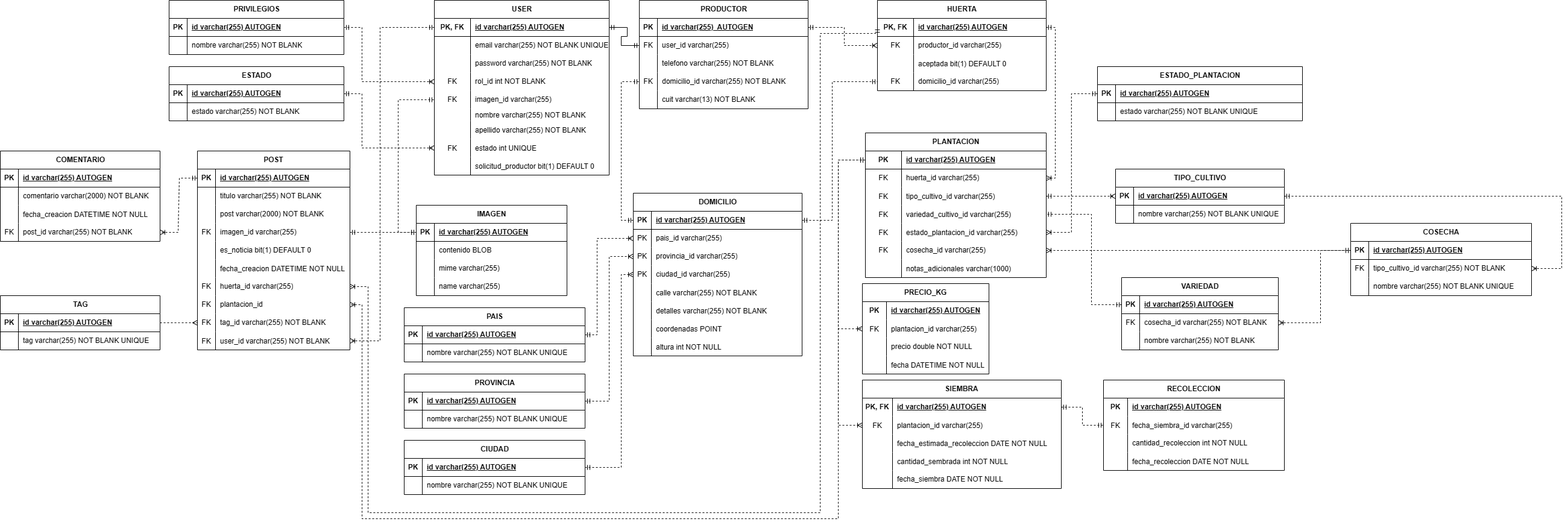
Before: diagramas/diagrama_entidad_relacion.drawio.png, a diagram exported from draw.io (davichuder/huertas_agroecologicas). Source tidied: cells renumbered, new cells last; positions are measured from the earlier drawing's top-left corner, leaving out a move shared by most shapes.
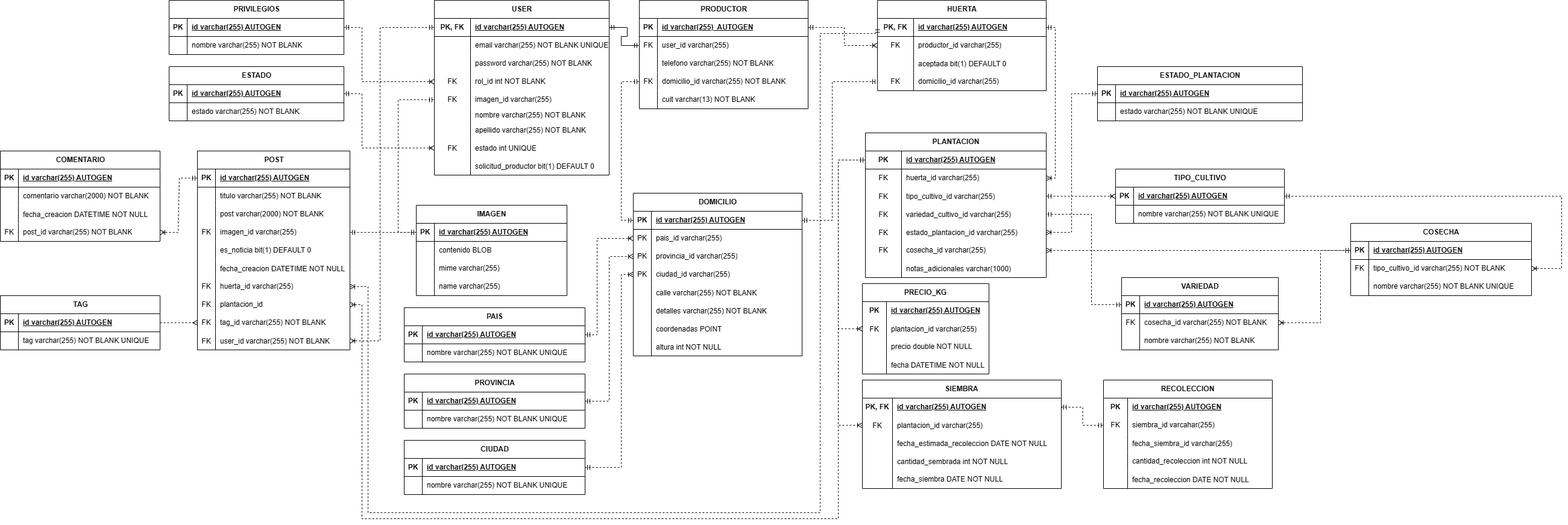
The same file after the commit.

What changed in the source:
```diff
@@ -892,45 +892,54 @@
       </mxGeometry>
     </mxCell>
     <mxCell id="274" value="RECOLECCION" style="shape=table;startSize=30;rowLines=0;fontStyle=1;align=center;html=1;whiteSpace=wrap;" parent="1" vertex="1">
-      <mxGeometry x="1830" y="630" width="300" height="150" as="geometry" />
+      <mxGeometry x="1830" y="630" width="280" height="180" as="geometry" />
     </mxCell>
     <mxCell id="275" style="shape=tableRow;horizontal=0;startSize=0;swimlaneHead=0;swimlaneBody=0;fillColor=none;top=0;left=0;right=0;bottom=0;html=1;" parent="274" vertex="1">
-      <mxGeometry y="30" width="300" height="30" as="geometry" />
+      <mxGeometry y="30" width="280" height="30" as="geometry" />
     </mxCell>
     <mxCell id="276" value="PK" style="shape=partialRectangle;fillColor=none;top=0;left=0;bottom=0;right=0;fontStyle=1;overflow=hidden;html=1;whiteSpace=wrap;" parent="275" vertex="1">
       <mxGeometry width="40" height="30" as="geometry" />
     </mxCell>
     <mxCell id="277" value="id varchar(255) AUTOGEN" style="shape=partialRectangle;fillColor=none;top=0;left=0;bottom=0;right=0;align=left;spacingLeft=6;fontStyle=5;overflow=hidden;html=1;whiteSpace=wrap;" parent="275" vertex="1">
-      <mxGeometry x="40" width="260" height="30" as="geometry" />
+      <mxGeometry x="40" width="240" height="30" as="geometry" />
     </mxCell>
+    <mxCell id="307" style="shape=tableRow;horizontal=0;startSize=0;swimlaneHead=0;swimlaneBody=0;fillColor=none;points=[[0,0.5],[1,0.5]];portConstraint=eastwest;top=0;left=0;right=0;bottom=0;" parent="274" vertex="1">
+      <mxGeometry y="60" width="280" height="30" as="geometry" />
+    </mxCell>
+    <mxCell id="308" value="FK" style="shape=partialRectangle;fillColor=none;top=0;left=0;bottom=0;right=0;fontStyle=0;overflow=hidden;whiteSpace=wrap;html=1;" parent="307" vertex="1">
+      <mxGeometry width="40" height="30" as="geometry" />
+    </mxCell>
+    <mxCell id="309" value="siembra_id varcahar(255)" style="shape=partialRectangle;fillColor=none;top=0;left=0;bottom=0;right=0;align=left;spacingLeft=6;fontStyle=0;overflow=hidden;whiteSpace=wrap;html=1;" parent="307" vertex="1">
+      <mxGeometry x="40" width="240" height="30" as="geometry" />
+    </mxCell>
     <mxCell id="278" style="shape=tableRow;horizontal=0;startSize=0;swimlaneHead=0;swimlaneBody=0;fillColor=none;points=[[0,0.5],[1,0.5]];portConstraint=eastwest;top=0;left=0;right=0;bottom=0;" parent="274" vertex="1">
-      <mxGeometry y="60" width="300" height="30" as="geometry" />
+      <mxGeometry y="90" width="280" height="30" as="geometry" />
     </mxCell>
-    <mxCell id="279" value="FK" style="shape=partialRectangle;fillColor=none;top=0;left=0;bottom=0;right=0;overflow=hidden;" parent="278" vertex="1">
+    <mxCell id="279" style="shape=partialRectangle;fillColor=none;top=0;left=0;bottom=0;right=0;overflow=hidden;" parent="278" vertex="1">
       <mxGeometry width="40" height="30" as="geometry" />
     </mxCell>
     <mxCell id="280" value="fecha_siembra_id varchar(255)" style="shape=partialRectangle;fillColor=none;top=0;left=0;bottom=0;right=0;align=left;spacingLeft=6;overflow=hidden;" parent="278" vertex="1">
-      <mxGeometry x="40" width="260" height="30" as="geometry" />
+      <mxGeometry x="40" width="240" height="30" as="geometry" />
     </mxCell>
     <mxCell id="281" style="shape=tableRow;horizontal=0;startSize=0;swimlaneHead=0;swimlaneBody=0;fillColor=none;top=0;left=0;right=0;bottom=0;html=1;" parent="274" vertex="1">
-      <mxGeometry y="90" width="300" height="30" as="geometry" />
+      <mxGeometry y="120" width="280" height="30" as="geometry" />
     </mxCell>
     <mxCell id="282" style="shape=partialRectangle;fillColor=none;top=0;left=0;bottom=0;right=0;overflow=hidden;html=1;whiteSpace=wrap;" parent="281" vertex="1">
       <mxGeometry width="40" height="30" as="geometry" />
     </mxCell>
     <mxCell id="283" value="cantidad_recoleccion int NOT NULL" style="shape=partialRectangle;fillColor=none;top=0;left=0;bottom=0;right=0;align=left;spacingLeft=6;overflow=hidden;html=1;whiteSpace=wrap;" parent="281" vertex="1">
-      <mxGeometry x="40" width="260" height="30" as="geometry" />
+      <mxGeometry x="40" width="240" height="30" as="geometry" />
     </mxCell>
     <mxCell id="284" style="shape=tableRow;horizontal=0;startSize=0;swimlaneHead=0;swimlaneBody=0;fillColor=none;top=0;left=0;right=0;bottom=0;" parent="274" vertex="1">
-      <mxGeometry y="120" width="300" height="30" as="geometry" />
+      <mxGeometry y="150" width="280" height="30" as="geometry" />
     </mxCell>
     <mxCell id="285" style="shape=partialRectangle;fillColor=none;top=0;left=0;bottom=0;right=0;overflow=hidden;" parent="284" vertex="1">
       <mxGeometry width="40" height="30" as="geometry" />
     </mxCell>
     <mxCell id="286" value="fecha_recoleccion DATE NOT NULL" style="shape=partialRectangle;fillColor=none;top=0;left=0;bottom=0;right=0;align=left;spacingLeft=6;overflow=hidden;" parent="284" vertex="1">
-      <mxGeometry x="40" width="260" height="30" as="geometry" />
+      <mxGeometry x="40" width="240" height="30" as="geometry" />
     </mxCell>
-    <mxCell id="287" style="edgeStyle=elbowEdgeStyle;fontSize=12;html=1;endArrow=ERmandOne;startArrow=ERmandOne;rounded=0;endFill=0;dashed=1;exitX=1;exitY=0.5;exitDx=0;exitDy=0;entryX=0;entryY=0.5;entryDx=0;entryDy=0;" parent="1" edge="1" source="258" target="278">
+    <mxCell id="287" style="edgeStyle=elbowEdgeStyle;fontSize=12;html=1;endArrow=ERmandOne;startArrow=ERmandOne;rounded=0;endFill=0;dashed=1;exitX=1;exitY=0.5;exitDx=0;exitDy=0;entryX=0;entryY=0.5;entryDx=0;entryDy=0;" parent="1" edge="1" source="258" target="307">
       <mxGeometry relative="1" as="geometry" />
     </mxCell>
     <mxCell id="288" style="edgeStyle=orthogonalEdgeStyle;fontSize=12;html=1;endArrow=ERmandOne;startArrow=ERoneToMany;rounded=0;exitX=1;exitY=0.5;exitDx=0;exitDy=0;entryX=0;entryY=0.5;entryDx=0;entryDy=0;dashed=1;endFill=0;startFill=0;" parent="1" edge="1" source="73" target="101">
```
